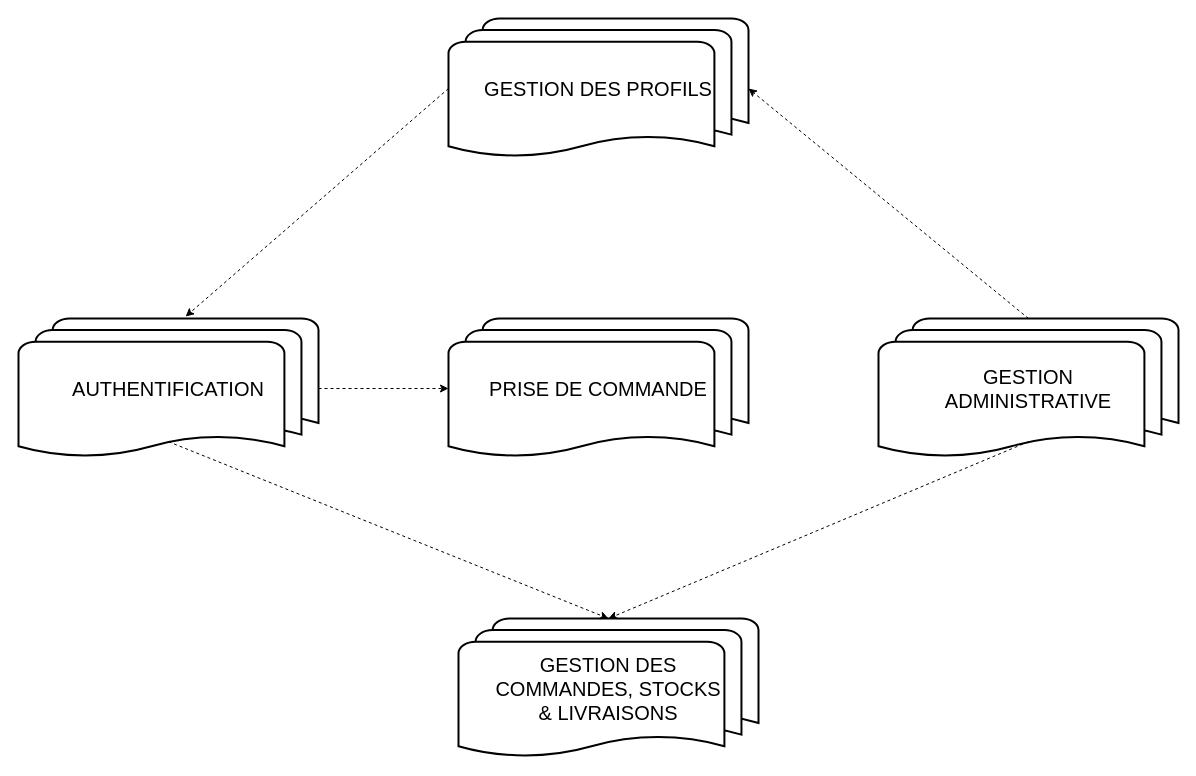
Above: diagrammepackages.drawio in OMorlotti/P4-analyser-les-besoin-de-mon-client-pour-son-groupe-de-pizzerias (draw.io), before the change. Source tidied: cells renumbered, new cells numbered last; positions are measured from the earlier drawing's top-left corner, leaving out a move shared by most shapes. Both pictures are drawn from the tidied source at 100%, with x=0, y=0 at pixel (18, 18).
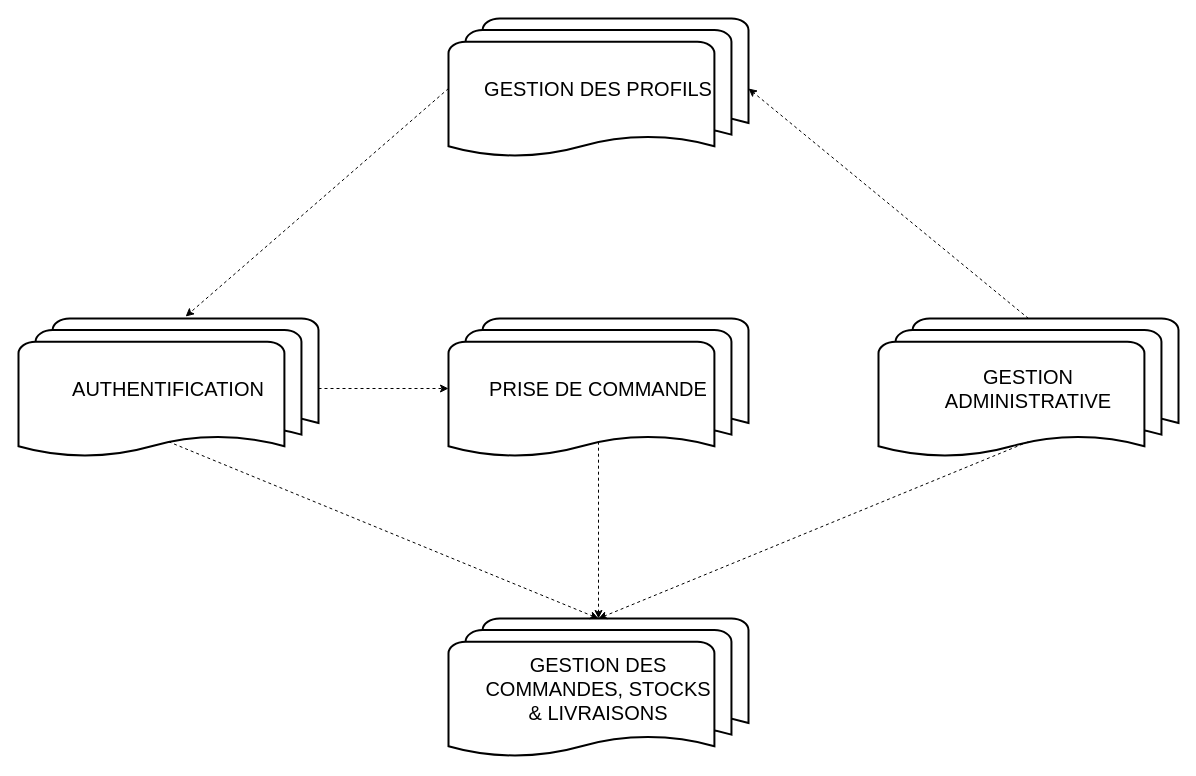
After the change.

Change to the diagram source:
```diff
@@
 <mxGraphModel>
   <root>
     <mxCell id="0" />
     <mxCell id="1" parent="0" />
     <mxCell id="2" value="&lt;font style=&quot;font-size: 20px&quot;&gt;GESTION DES PROFILS&lt;/font&gt;" style="strokeWidth=2;html=1;shape=mxgraph.flowchart.multi-document;whiteSpace=wrap;" parent="1" vertex="1">
       <mxGeometry x="430" width="300" height="140" as="geometry" />
     </mxCell>
     <mxCell id="3" value="&lt;font style=&quot;font-size: 20px&quot;&gt;GESTION &lt;br&gt;ADMINISTRATIVE&lt;/font&gt;" style="strokeWidth=2;html=1;shape=mxgraph.flowchart.multi-document;whiteSpace=wrap;" parent="1" vertex="1">
       <mxGeometry x="860" y="300" width="300" height="140" as="geometry" />
     </mxCell>
     <mxCell id="4" value="&lt;span style=&quot;font-size: 20px&quot;&gt;GESTION DES&lt;br&gt;&lt;/span&gt;&lt;font style=&quot;font-size: 20px&quot;&gt;COMMANDES, STOCKS&lt;br&gt;&amp;amp; LIVRAISONS&lt;/font&gt;" style="strokeWidth=2;html=1;shape=mxgraph.flowchart.multi-document;whiteSpace=wrap;" parent="1" vertex="1">
-      <mxGeometry x="440" y="600" width="300" height="140" as="geometry" />
+      <mxGeometry x="430" y="600" width="300" height="140" as="geometry" />
     </mxCell>
     <mxCell id="5" value="&lt;span style=&quot;font-size: 20px&quot;&gt;AUTHENTIFICATION&lt;/span&gt;" style="strokeWidth=2;html=1;shape=mxgraph.flowchart.multi-document;whiteSpace=wrap;" parent="1" vertex="1">
       <mxGeometry y="300" width="300" height="140" as="geometry" />
     </mxCell>
     <mxCell id="6" value="&lt;span style=&quot;font-size: 20px&quot;&gt;PRISE DE COMMANDE&lt;/span&gt;" style="strokeWidth=2;html=1;shape=mxgraph.flowchart.multi-document;whiteSpace=wrap;" parent="1" vertex="1">
       <mxGeometry x="430" y="300" width="300" height="140" as="geometry" />
     </mxCell>
     <mxCell id="7" style="endArrow=classic;html=1;entryX=0.557;entryY=-0.014;entryDx=0;entryDy=0;entryPerimeter=0;exitX=0;exitY=0.5;exitDx=0;exitDy=0;exitPerimeter=0;dashed=1;" parent="1" edge="1" source="2" target="5">
       <mxGeometry relative="1" as="geometry" />
     </mxCell>
     <mxCell id="8" style="endArrow=classic;html=1;dashed=1;exitX=0.5;exitY=0;exitDx=0;exitDy=0;exitPerimeter=0;entryX=1;entryY=0.5;entryDx=0;entryDy=0;entryPerimeter=0;" parent="1" edge="1" source="3" target="2">
       <mxGeometry relative="1" as="geometry" />
     </mxCell>
     <mxCell id="9" style="endArrow=classic;html=1;dashed=1;entryX=0.5;entryY=0;entryDx=0;entryDy=0;entryPerimeter=0;exitX=0.5;exitY=0.88;exitDx=0;exitDy=0;exitPerimeter=0;" parent="1" edge="1" source="3" target="4">
       <mxGeometry relative="1" as="geometry" />
     </mxCell>
     <mxCell id="10" style="endArrow=classic;html=1;dashed=1;entryX=0.5;entryY=0;entryDx=0;entryDy=0;entryPerimeter=0;exitX=0.5;exitY=0.88;exitDx=0;exitDy=0;exitPerimeter=0;" parent="1" edge="1" source="5" target="4">
       <mxGeometry relative="1" as="geometry" />
     </mxCell>
     <mxCell id="11" style="endArrow=classic;html=1;dashed=1;entryX=0;entryY=0.5;entryDx=0;entryDy=0;entryPerimeter=0;exitX=1;exitY=0.5;exitDx=0;exitDy=0;exitPerimeter=0;" parent="1" edge="1" source="5" target="6">
       <mxGeometry relative="1" as="geometry" />
     </mxCell>
+    <mxCell id="12" style="endArrow=classic;html=1;dashed=1;exitX=0.5;exitY=0.88;exitDx=0;exitDy=0;exitPerimeter=0;entryX=0.5;entryY=0;entryDx=0;entryDy=0;entryPerimeter=0;" parent="1" edge="1" source="6" target="4">
+      <mxGeometry relative="1" as="geometry" />
+    </mxCell>
   </root>
 </mxGraphModel>
```
